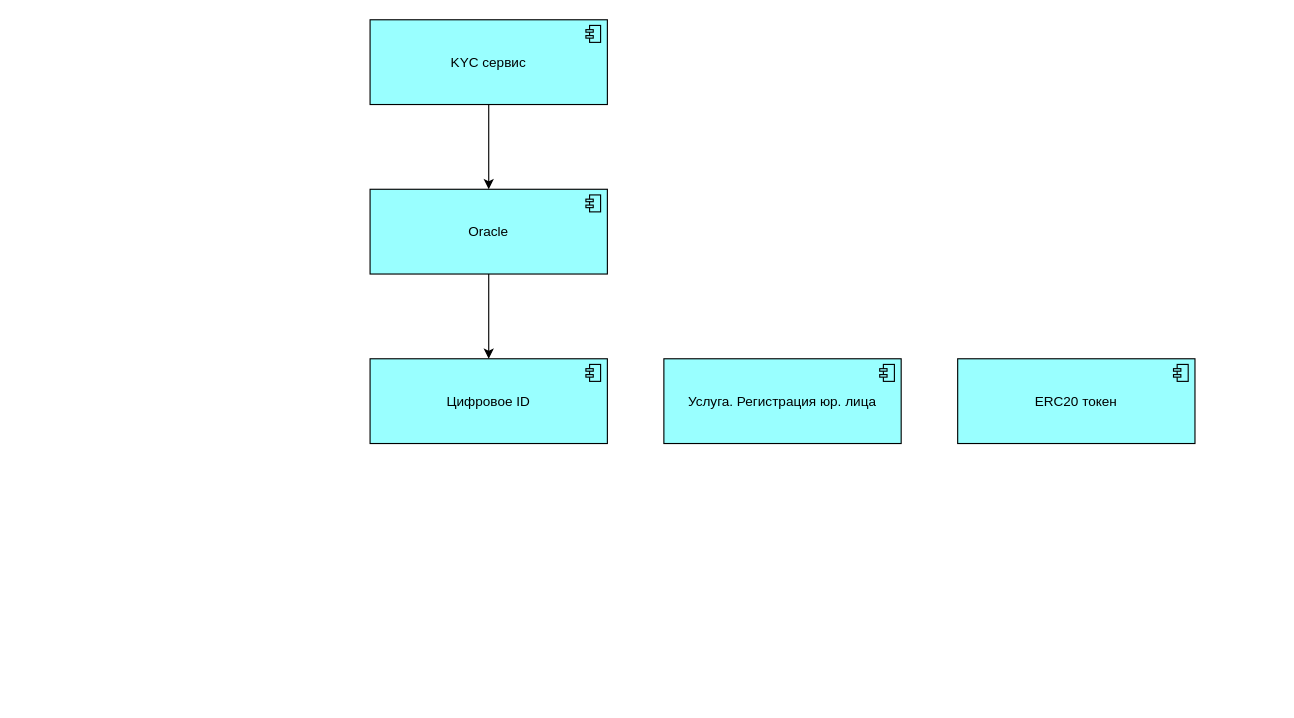
Earlier version of the draw.io diagram iNomad.drawio (careock/diagrams). Source tidied: cells renumbered, new cells numbered last; positions are measured from the earlier drawing's top-left corner, leaving out a move shared by most shapes. Both pictures are drawn from the tidied source at 113%, with x=0, y=0 at pixel (370, 19).
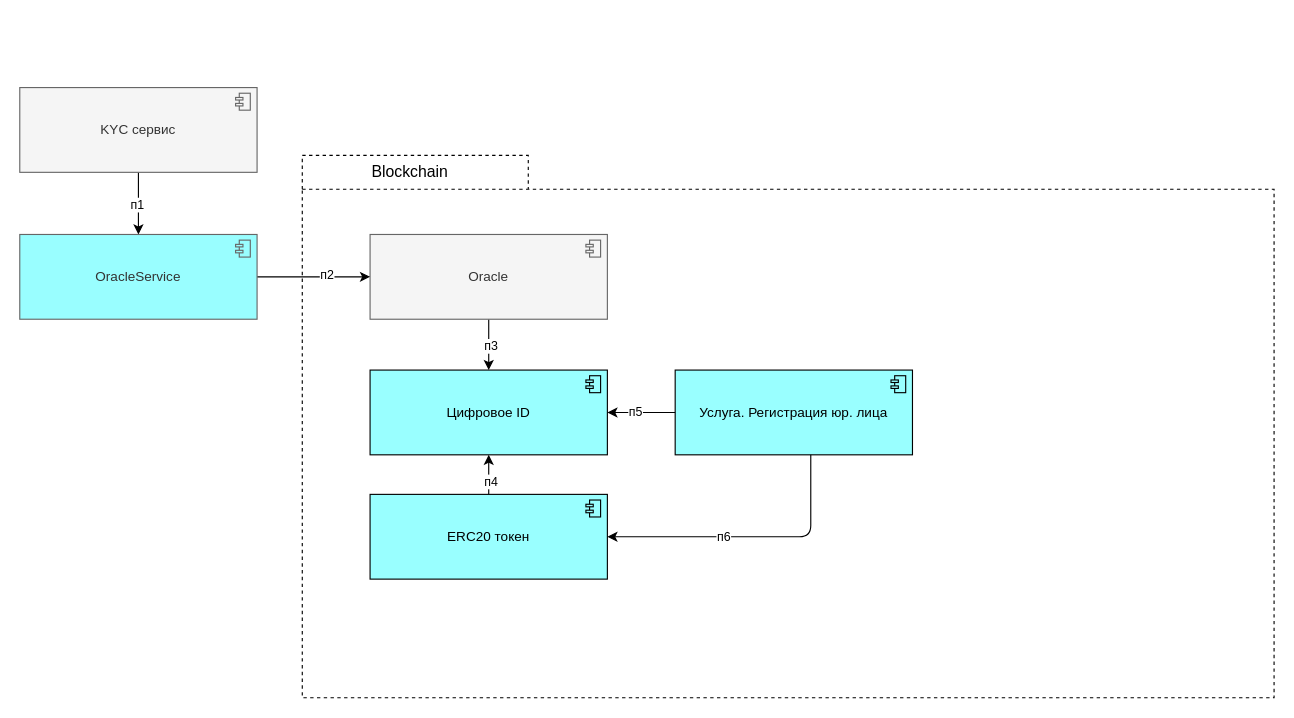
The same page after the edit.

Unchanged cells that the change refers to:
```xml
<mxCell id="5" style="edgeStyle=orthogonalEdgeStyle;rounded=0;jettySize=auto;html=1;" parent="1" edge="1" source="6" target="2">
  <mxGeometry relative="1" as="geometry" />
</mxCell>
```

The edit, as a diff of the source:
```diff
@@
+    <mxCell id="9" style="group;" parent="1" vertex="1">
+      <mxGeometry x="-60" y="120" width="860" height="480" as="geometry" />
+    </mxCell>
+    <mxCell id="10" style="shape=folder;spacingTop=10;tabWidth=200;tabHeight=30;tabPosition=left;html=1;dashed=1;" parent="9" vertex="1">
+      <mxGeometry width="860" height="480" as="geometry" />
+    </mxCell>
+    <mxCell id="11" value="Blockchain" style="text;html=1;align=center;verticalAlign=middle;strokeColor=none;fillColor=none;fontSize=14;fontStyle=0;" parent="9" vertex="1">
+      <mxGeometry x="50" width="90" height="30" as="geometry" />
+    </mxCell>
+    <mxCell id="12" style="edgeStyle=orthogonalEdgeStyle;rounded=0;jettySize=auto;html=1;" parent="9" edge="1" source="4" target="2">
+      <mxGeometry relative="1" as="geometry" />
+    </mxCell>
+    <mxCell id="13" value="п4" style="edgeLabel;html=1;align=center;verticalAlign=middle;" parent="12" vertex="1">
+      <mxGeometry x="-0.46" y="-1" relative="1" as="geometry" />
+    </mxCell>
+    <mxCell id="4" value="ERC20 токен" style="html=1;outlineConnect=0;whiteSpace=wrap;fillColor=#99ffff;shape=mxgraph.archimate3.application;appType=comp;archiType=square;" parent="9" vertex="1">
+      <mxGeometry x="60" y="300" width="210" height="75" as="geometry" />
+    </mxCell>
-    <mxCell id="2" value="Цифровое ID" style="html=1;outlineConnect=0;whiteSpace=wrap;fillColor=#99ffff;shape=mxgraph.archimate3.application;appType=comp;archiType=square;" parent="1" vertex="1">
-      <mxGeometry y="300" width="210" height="75" as="geometry" />
+    <mxCell id="2" value="Цифровое ID" style="html=1;outlineConnect=0;whiteSpace=wrap;fillColor=#99ffff;shape=mxgraph.archimate3.application;appType=comp;archiType=square;" parent="9" vertex="1">
+      <mxGeometry x="60" y="190" width="210" height="75" as="geometry" />
     </mxCell>
-    <mxCell id="3" value="Услуга. Регистрация юр. лица" style="html=1;outlineConnect=0;whiteSpace=wrap;fillColor=#99ffff;shape=mxgraph.archimate3.application;appType=comp;archiType=square;" parent="1" vertex="1">
-      <mxGeometry x="260" y="300" width="210" height="75" as="geometry" />
+    <mxCell id="3" value="Услуга. Регистрация юр. лица" style="html=1;outlineConnect=0;whiteSpace=wrap;fillColor=#99ffff;shape=mxgraph.archimate3.application;appType=comp;archiType=square;" parent="9" vertex="1">
+      <mxGeometry x="330" y="190" width="210" height="75" as="geometry" />
     </mxCell>
-    <mxCell id="4" value="ERC20 токен" style="html=1;outlineConnect=0;whiteSpace=wrap;fillColor=#99ffff;shape=mxgraph.archimate3.application;appType=comp;archiType=square;" parent="1" vertex="1">
-      <mxGeometry x="520" y="300" width="210" height="75" as="geometry" />
-    </mxCell>
+    <mxCell id="14" style="edgeStyle=orthogonalEdgeStyle;rounded=0;jettySize=auto;html=1;entryX=1;entryY=0.5;entryDx=0;entryDy=0;entryPerimeter=0;" parent="9" edge="1" source="3" target="2">
+      <mxGeometry relative="1" as="geometry" />
+    </mxCell>
+    <mxCell id="15" value="п5" style="edgeLabel;html=1;align=center;verticalAlign=middle;" parent="14" vertex="1">
+      <mxGeometry x="0.19" y="-1" relative="1" as="geometry" />
+    </mxCell>
+    <mxCell id="16" style="edgeStyle=orthogonalEdgeStyle;rounded=1;jettySize=auto;html=1;entryX=1;entryY=0.5;entryDx=0;entryDy=0;entryPerimeter=0;" parent="9" edge="1" source="3" target="4">
+      <mxGeometry relative="1" as="geometry">
+        <Array as="points">
+          <mxPoint x="450" y="338" />
+        </Array>
+      </mxGeometry>
+    </mxCell>
+    <mxCell id="17" value="п6" style="edgeLabel;html=1;align=center;verticalAlign=middle;" parent="16" vertex="1">
+      <mxGeometry x="0.19" relative="1" as="geometry" />
+    </mxCell>
@@
+    <mxCell id="18" value="п3" style="edgeLabel;html=1;align=center;verticalAlign=middle;" parent="5" vertex="1">
+      <mxGeometry x="0.03" y="1" relative="1" as="geometry" />
+    </mxCell>
+    <mxCell id="7" style="edgeStyle=orthogonalEdgeStyle;rounded=0;jettySize=auto;html=1;" parent="1" edge="1" source="8" target="22">
+      <mxGeometry relative="1" as="geometry" />
+    </mxCell>
+    <mxCell id="19" value="п1" style="edgeLabel;html=1;align=center;verticalAlign=middle;" parent="7" vertex="1">
+      <mxGeometry x="0.02" y="-2" relative="1" as="geometry" />
+    </mxCell>
+    <mxCell id="8" value="KYC сервис" style="html=1;outlineConnect=0;whiteSpace=wrap;fillColor=#f5f5f5;shape=mxgraph.archimate3.application;appType=comp;archiType=square;fontColor=#333333;strokeColor=#666666;" parent="1" vertex="1">
+      <mxGeometry x="-310" y="60" width="210" height="75" as="geometry" />
+    </mxCell>
-    <mxCell id="6" value="Oracle" style="html=1;outlineConnect=0;whiteSpace=wrap;fillColor=#99ffff;shape=mxgraph.archimate3.application;appType=comp;archiType=square;" parent="1" vertex="1">
-      <mxGeometry y="150" width="210" height="75" as="geometry" />
+    <mxCell id="6" value="Oracle" style="html=1;outlineConnect=0;whiteSpace=wrap;fillColor=#f5f5f5;shape=mxgraph.archimate3.application;appType=comp;archiType=square;fontColor=#333333;strokeColor=#666666;" parent="1" vertex="1">
+      <mxGeometry y="190" width="210" height="75" as="geometry" />
     </mxCell>
-    <mxCell id="7" style="edgeStyle=orthogonalEdgeStyle;rounded=0;jettySize=auto;html=1;" parent="1" edge="1" source="8" target="6">
-      <mxGeometry relative="1" as="geometry" />
-    </mxCell>
-    <mxCell id="8" value="KYC сервис" style="html=1;outlineConnect=0;whiteSpace=wrap;fillColor=#99ffff;shape=mxgraph.archimate3.application;appType=comp;archiType=square;" parent="1" vertex="1">
-      <mxGeometry width="210" height="75" as="geometry" />
-    </mxCell>
+    <mxCell id="20" style="edgeStyle=orthogonalEdgeStyle;rounded=0;jettySize=auto;html=1;" parent="1" edge="1" source="22" target="6">
+      <mxGeometry relative="1" as="geometry" />
+    </mxCell>
+    <mxCell id="21" value="п2" style="edgeLabel;html=1;align=center;verticalAlign=middle;" parent="20" vertex="1">
+      <mxGeometry x="0.22" y="2" relative="1" as="geometry" />
+    </mxCell>
+    <mxCell id="22" value="OracleService" style="html=1;outlineConnect=0;whiteSpace=wrap;fillColor=#99feff;shape=mxgraph.archimate3.application;appType=comp;archiType=square;fontColor=#333333;strokeColor=#666666;fillStyle=solid;" parent="1" vertex="1">
+      <mxGeometry x="-310" y="190" width="210" height="75" as="geometry" />
+    </mxCell>
```
